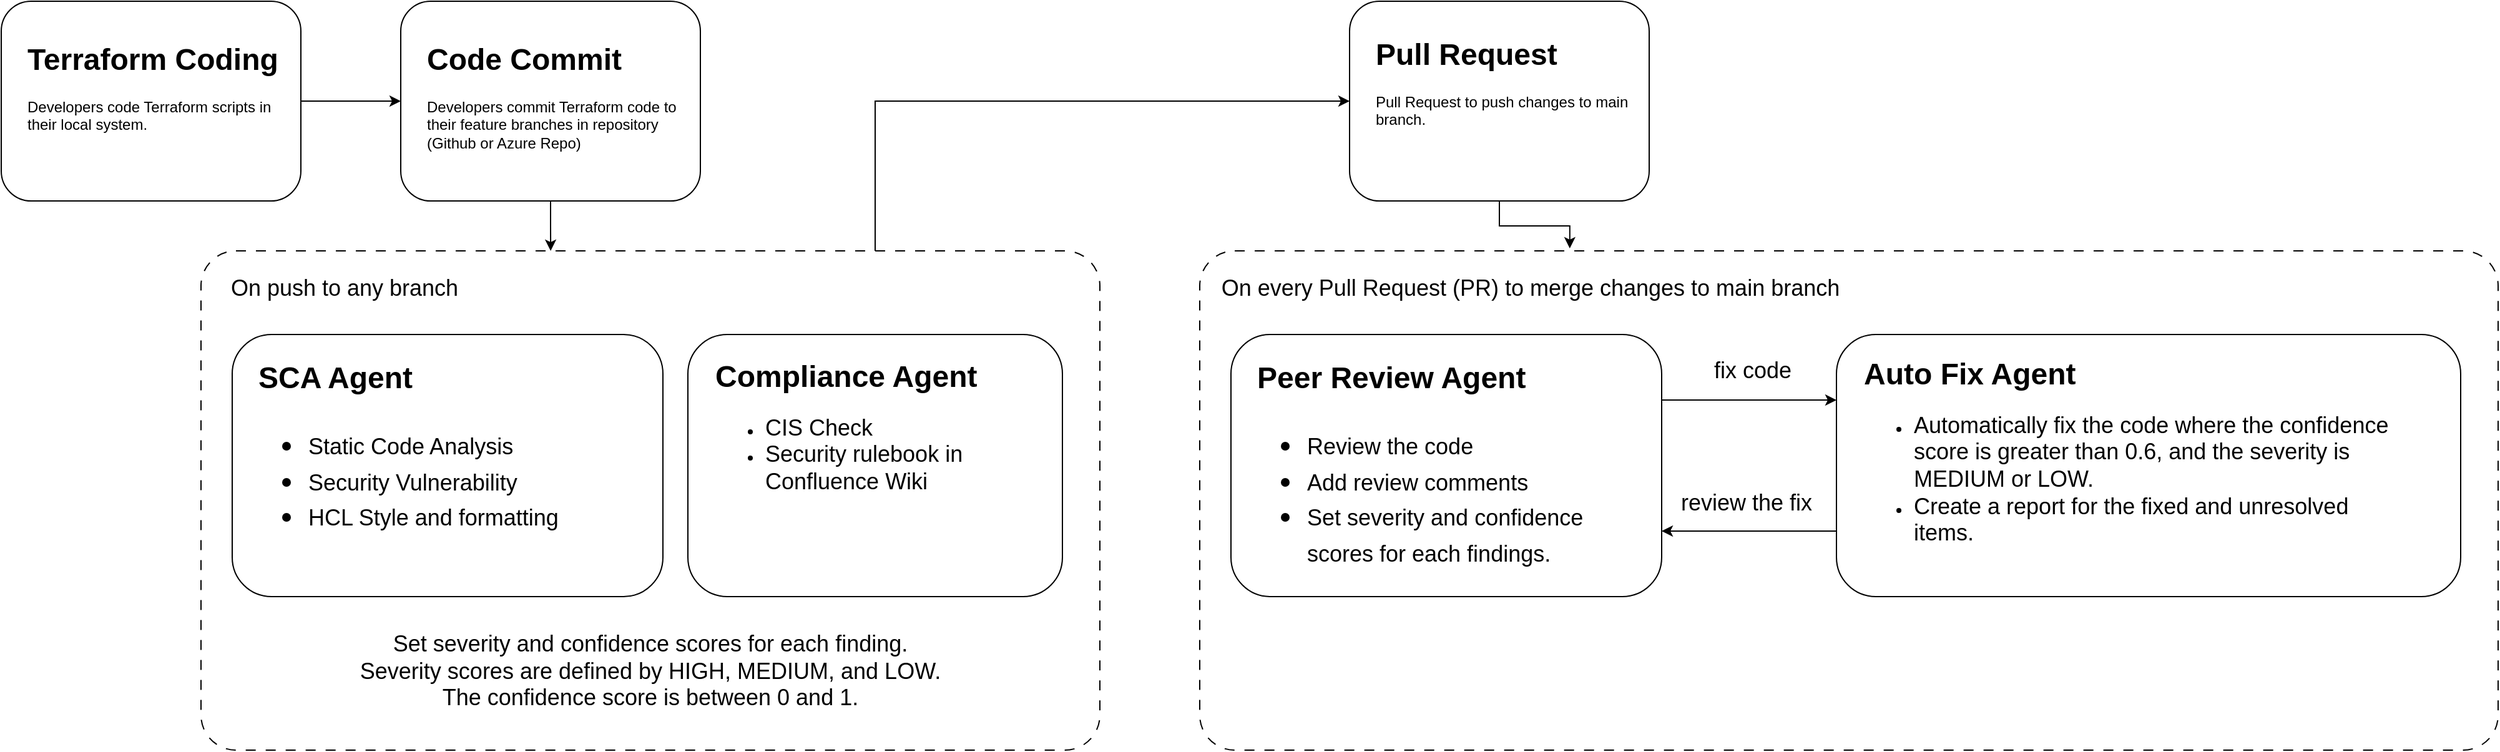
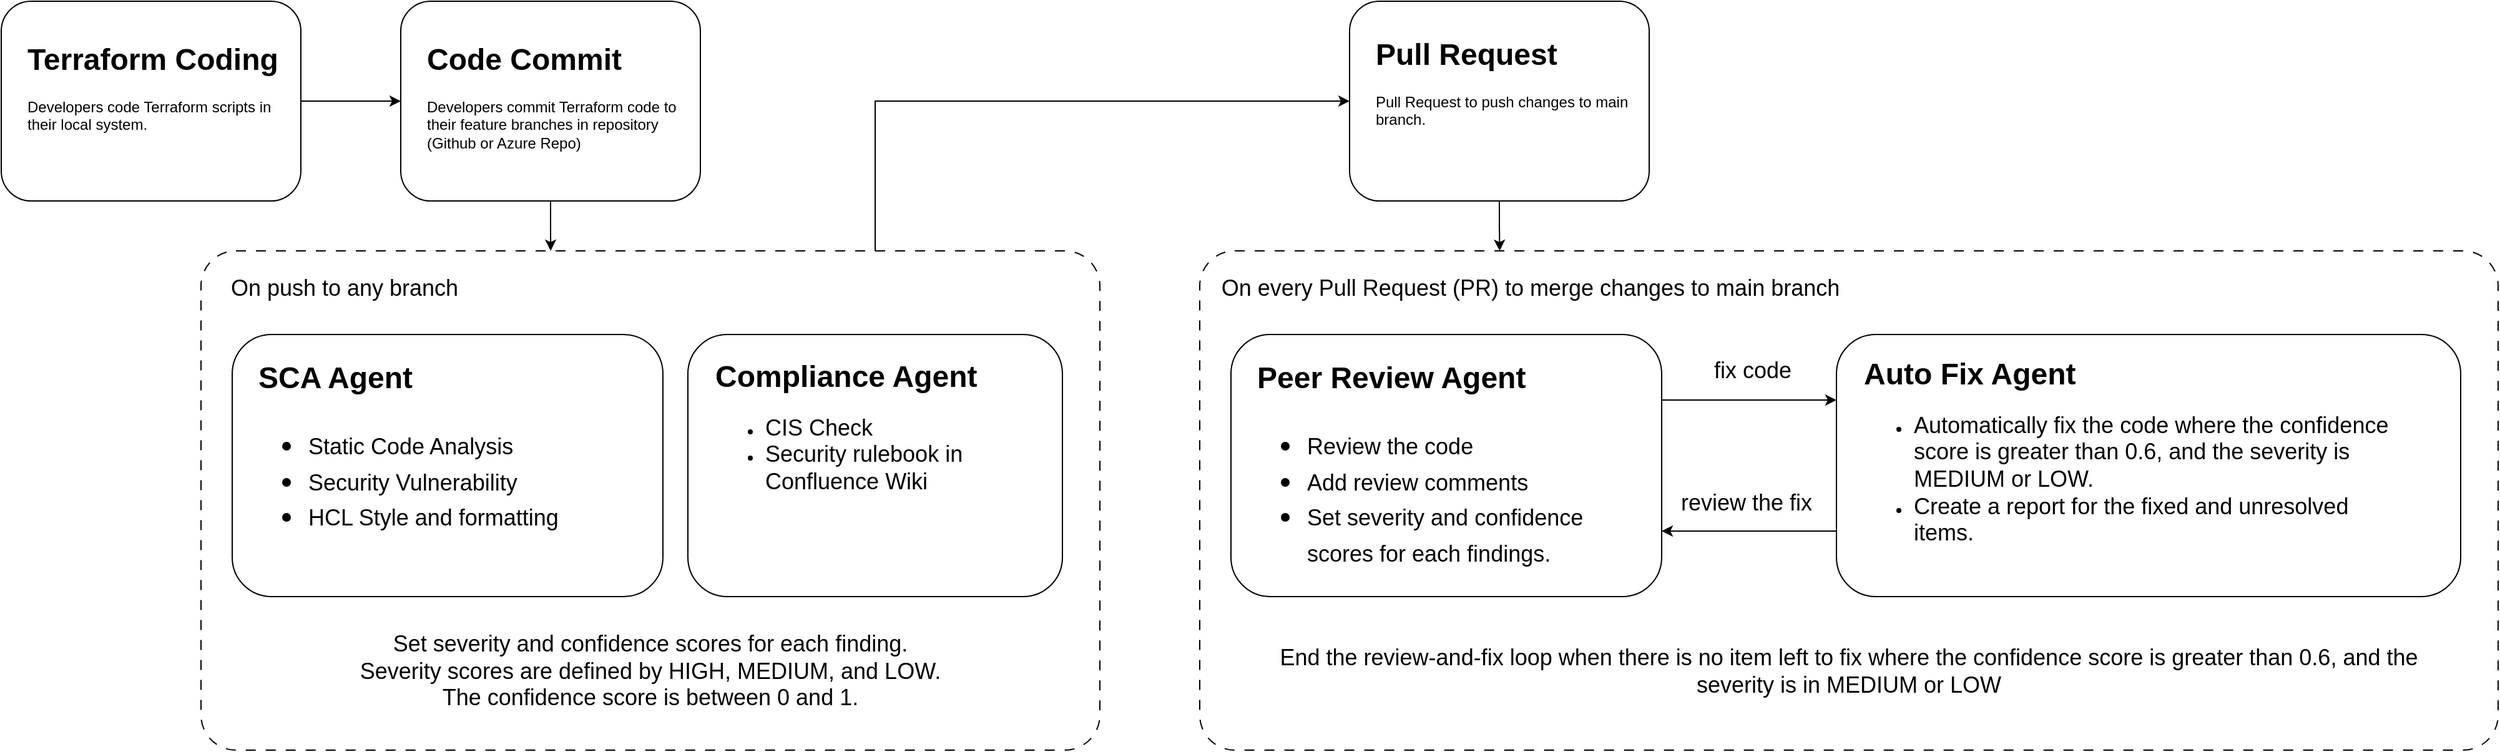
<mxfile host="app.diagrams.net">
  <diagram name="Page-1" id="llQ14HlxIDWXj9B5HY60">
    <mxGraphModel dx="1006" dy="638" grid="1" gridSize="10" guides="1" tooltips="1" connect="1" arrows="1" fold="1" page="1" pageScale="1" pageWidth="850" pageHeight="1100" math="0" shadow="0">
      <root>
        <mxCell id="0" />
        <mxCell id="1" parent="0" />
        <mxCell id="IWc9zJM8tDhvkjJ2dRjy-13" edge="1" parent="1" source="IWc9zJM8tDhvkjJ2dRjy-5" style="edgeStyle=orthogonalEdgeStyle;rounded=0;orthogonalLoop=1;jettySize=auto;html=1;entryX=0;entryY=0.5;entryDx=0;entryDy=0;exitX=0.75;exitY=0;exitDx=0;exitDy=0;" target="IWc9zJM8tDhvkjJ2dRjy-1">
          <mxGeometry relative="1" as="geometry" />
        </mxCell>
        <mxCell id="oJW8UGhNAXkty13G2p3x-1" parent="1" style="rounded=1;whiteSpace=wrap;html=1;" value="" vertex="1">
          <mxGeometry height="160" width="240" x="440" y="200" as="geometry" />
        </mxCell>
        <mxCell id="oJW8UGhNAXkty13G2p3x-3" parent="1" style="text;html=1;whiteSpace=wrap;overflow=hidden;rounded=0;" value="&lt;h1 style=&quot;margin-top: 0px;&quot;&gt;Code Commit&lt;/h1&gt;&lt;p&gt;Developers commit Terraform code to their feature branches in repository (Github or Azure Repo)&lt;/p&gt;" vertex="1">
          <mxGeometry height="100" width="210" x="459" y="226" as="geometry" />
        </mxCell>
        <mxCell id="IWc9zJM8tDhvkjJ2dRjy-1" parent="1" style="rounded=1;whiteSpace=wrap;html=1;" value="" vertex="1">
          <mxGeometry height="160" width="240" x="1200" y="200" as="geometry" />
        </mxCell>
        <mxCell id="IWc9zJM8tDhvkjJ2dRjy-2" parent="1" style="text;html=1;whiteSpace=wrap;overflow=hidden;rounded=0;" value="&lt;h1 style=&quot;margin-top: 0px;&quot;&gt;Pull Request&lt;/h1&gt;&lt;p&gt;Pull Request to push changes to main branch.&lt;/p&gt;" vertex="1">
          <mxGeometry height="100" width="210" x="1219" y="222" as="geometry" />
        </mxCell>
        <mxCell id="IWc9zJM8tDhvkjJ2dRjy-12" edge="1" parent="1" source="IWc9zJM8tDhvkjJ2dRjy-3" style="edgeStyle=orthogonalEdgeStyle;rounded=0;orthogonalLoop=1;jettySize=auto;html=1;exitX=1;exitY=0.5;exitDx=0;exitDy=0;entryX=0;entryY=0.5;entryDx=0;entryDy=0;" target="oJW8UGhNAXkty13G2p3x-1">
          <mxGeometry relative="1" as="geometry" />
        </mxCell>
        <mxCell id="IWc9zJM8tDhvkjJ2dRjy-3" parent="1" style="rounded=1;whiteSpace=wrap;html=1;" value="" vertex="1">
          <mxGeometry height="160" width="240" x="120" y="200" as="geometry" />
        </mxCell>
        <mxCell id="IWc9zJM8tDhvkjJ2dRjy-4" parent="1" style="text;html=1;whiteSpace=wrap;overflow=hidden;rounded=0;" value="&lt;h1 style=&quot;margin-top: 0px;&quot;&gt;Terraform Coding&lt;/h1&gt;&lt;p&gt;Developers code Terraform scripts in their local system.&lt;/p&gt;" vertex="1">
          <mxGeometry height="100" width="210" x="139" y="226" as="geometry" />
        </mxCell>
        <mxCell id="IWc9zJM8tDhvkjJ2dRjy-5" parent="1" style="rounded=1;whiteSpace=wrap;html=1;arcSize=7;dashed=1;dashPattern=8 8;" value="" vertex="1">
          <mxGeometry height="400" width="720" x="280" y="400" as="geometry" />
        </mxCell>
        <mxCell id="IWc9zJM8tDhvkjJ2dRjy-6" parent="1" style="text;html=1;whiteSpace=wrap;strokeColor=none;fillColor=none;align=center;verticalAlign=middle;rounded=0;" value="&lt;font style=&quot;font-size: 18px;&quot;&gt;On push to any branch&lt;/font&gt;" vertex="1">
          <mxGeometry height="30" width="210" x="290" y="415" as="geometry" />
        </mxCell>
        <mxCell id="IWc9zJM8tDhvkjJ2dRjy-7" parent="1" style="rounded=1;whiteSpace=wrap;html=1;" value="" vertex="1">
          <mxGeometry height="210" width="345" x="305" y="467" as="geometry" />
        </mxCell>
        <mxCell id="IWc9zJM8tDhvkjJ2dRjy-8" parent="1" style="text;html=1;whiteSpace=wrap;overflow=hidden;rounded=0;" value="&lt;h1 style=&quot;margin-top: 0px;&quot;&gt;SCA Agent&lt;/h1&gt;&lt;h1 style=&quot;margin-top: 0px;&quot;&gt;&lt;p style=&quot;font-size: 12px; font-weight: 400;&quot;&gt;&lt;/p&gt;&lt;ul&gt;&lt;li&gt;&lt;span style=&quot;font-size: 18px; font-weight: normal;&quot;&gt;Static Code Analysis&lt;/span&gt;&lt;/li&gt;&lt;li&gt;&lt;span style=&quot;font-size: 18px; font-weight: normal;&quot;&gt;Security Vulnerability&lt;/span&gt;&lt;/li&gt;&lt;li&gt;&lt;span style=&quot;font-size: 18px; font-weight: normal;&quot;&gt;HCL Style and formatting&lt;/span&gt;&lt;/li&gt;&lt;/ul&gt;&lt;p&gt;&lt;/p&gt;&lt;/h1&gt;" vertex="1">
          <mxGeometry height="183" width="306" x="324" y="481" as="geometry" />
        </mxCell>
        <mxCell id="IWc9zJM8tDhvkjJ2dRjy-9" parent="1" style="rounded=1;whiteSpace=wrap;html=1;" value="" vertex="1">
          <mxGeometry height="210" width="300" x="670" y="467" as="geometry" />
        </mxCell>
        <mxCell id="IWc9zJM8tDhvkjJ2dRjy-10" parent="1" style="text;html=1;whiteSpace=wrap;overflow=hidden;rounded=0;" value="&lt;h1 style=&quot;margin-top: 0px;&quot;&gt;Compliance Agent&lt;/h1&gt;&lt;p&gt;&lt;/p&gt;&lt;ul&gt;&lt;li&gt;&lt;span style=&quot;font-size: 18px;&quot;&gt;CIS Check&lt;/span&gt;&lt;/li&gt;&lt;li&gt;&lt;span style=&quot;font-size: 18px;&quot;&gt;Security rulebook in Confluence Wiki&lt;/span&gt;&lt;/li&gt;&lt;/ul&gt;&lt;p&gt;&lt;/p&gt;" vertex="1">
          <mxGeometry height="180" width="269" x="690" y="480" as="geometry" />
        </mxCell>
        <mxCell id="IWc9zJM8tDhvkjJ2dRjy-11" edge="1" parent="1" source="oJW8UGhNAXkty13G2p3x-1" style="edgeStyle=orthogonalEdgeStyle;rounded=0;orthogonalLoop=1;jettySize=auto;html=1;exitX=0.5;exitY=1;exitDx=0;exitDy=0;entryX=0.389;entryY=0;entryDx=0;entryDy=0;entryPerimeter=0;" target="IWc9zJM8tDhvkjJ2dRjy-5">
          <mxGeometry relative="1" as="geometry" />
        </mxCell>
        <mxCell id="IWc9zJM8tDhvkjJ2dRjy-14" parent="1" style="rounded=1;whiteSpace=wrap;html=1;arcSize=7;dashed=1;dashPattern=8 8;" value="" vertex="1">
          <mxGeometry height="400" width="1040" x="1080" y="400" as="geometry" />
        </mxCell>
        <mxCell id="IWc9zJM8tDhvkjJ2dRjy-15" parent="1" style="text;html=1;whiteSpace=wrap;strokeColor=none;fillColor=none;align=center;verticalAlign=middle;rounded=0;" value="&lt;font style=&quot;font-size: 18px;&quot;&gt;On every Pull Request (PR) to merge changes to main branch&lt;/font&gt;" vertex="1">
          <mxGeometry height="30" width="510" x="1090" y="415" as="geometry" />
        </mxCell>
        <mxCell id="IWc9zJM8tDhvkjJ2dRjy-22" edge="1" parent="1" source="IWc9zJM8tDhvkjJ2dRjy-16" style="edgeStyle=orthogonalEdgeStyle;rounded=0;orthogonalLoop=1;jettySize=auto;html=1;exitX=1;exitY=0.25;exitDx=0;exitDy=0;entryX=0;entryY=0.25;entryDx=0;entryDy=0;" target="IWc9zJM8tDhvkjJ2dRjy-18">
          <mxGeometry relative="1" as="geometry" />
        </mxCell>
        <mxCell id="IWc9zJM8tDhvkjJ2dRjy-16" parent="1" style="rounded=1;whiteSpace=wrap;html=1;" value="" vertex="1">
          <mxGeometry height="210" width="345" x="1105" y="467" as="geometry" />
        </mxCell>
        <mxCell id="IWc9zJM8tDhvkjJ2dRjy-17" parent="1" style="text;html=1;whiteSpace=wrap;overflow=hidden;rounded=0;" value="&lt;h1 style=&quot;margin-top: 0px;&quot;&gt;Peer Review Agent&lt;/h1&gt;&lt;h1 style=&quot;margin-top: 0px;&quot;&gt;&lt;p style=&quot;font-size: 12px; font-weight: 400;&quot;&gt;&lt;/p&gt;&lt;ul&gt;&lt;li&gt;&lt;span style=&quot;font-size: 18px; font-weight: 400;&quot;&gt;Review the code&lt;/span&gt;&lt;/li&gt;&lt;li&gt;&lt;span style=&quot;font-size: 18px; font-weight: 400;&quot;&gt;Add review comments&lt;/span&gt;&lt;/li&gt;&lt;li&gt;&lt;span style=&quot;font-size: 18px; font-weight: 400;&quot;&gt;Set severity and confidence scores for each findings.&lt;/span&gt;&lt;/li&gt;&lt;/ul&gt;&lt;p&gt;&lt;/p&gt;&lt;/h1&gt;" vertex="1">
          <mxGeometry height="179" width="306" x="1124" y="481" as="geometry" />
        </mxCell>
        <mxCell id="IWc9zJM8tDhvkjJ2dRjy-23" edge="1" parent="1" source="IWc9zJM8tDhvkjJ2dRjy-18" style="edgeStyle=orthogonalEdgeStyle;rounded=0;orthogonalLoop=1;jettySize=auto;html=1;exitX=0;exitY=0.75;exitDx=0;exitDy=0;entryX=1;entryY=0.75;entryDx=0;entryDy=0;" target="IWc9zJM8tDhvkjJ2dRjy-16">
          <mxGeometry relative="1" as="geometry" />
        </mxCell>
        <mxCell id="IWc9zJM8tDhvkjJ2dRjy-18" parent="1" style="rounded=1;whiteSpace=wrap;html=1;" value="" vertex="1">
          <mxGeometry height="210" width="500" x="1590" y="467" as="geometry" />
        </mxCell>
        <mxCell id="IWc9zJM8tDhvkjJ2dRjy-19" parent="1" style="text;html=1;whiteSpace=wrap;overflow=hidden;rounded=0;" value="&lt;h1 style=&quot;margin-top: 0px;&quot;&gt;Auto Fix Agent&lt;/h1&gt;&lt;p&gt;&lt;/p&gt;&lt;ul&gt;&lt;li&gt;&lt;span style=&quot;font-size: 18px;&quot;&gt;Automatically fix the code where the confidence score is greater than 0.6, and the severity is MEDIUM or LOW.&amp;nbsp;&lt;/span&gt;&lt;/li&gt;&lt;li&gt;&lt;span style=&quot;font-size: 18px;&quot;&gt;Create a report for the fixed and unresolved items.&lt;/span&gt;&lt;/li&gt;&lt;/ul&gt;&lt;p&gt;&lt;/p&gt;" vertex="1">
          <mxGeometry height="192" width="440" x="1610" y="478" as="geometry" />
        </mxCell>
        <mxCell id="IWc9zJM8tDhvkjJ2dRjy-20" parent="1" style="text;whiteSpace=wrap;fontSize=18;align=center;" value="Set severity and confidence scores for each finding.&#xa;Severity scores are defined by HIGH, MEDIUM, and LOW.&#xa;The confidence score is between 0 and 1." vertex="1">
          <mxGeometry height="77" width="640" x="320" y="698" as="geometry" />
        </mxCell>
-         <mxCell id="IWc9zJM8tDhvkjJ2dRjy-21" edge="1" parent="1" source="IWc9zJM8tDhvkjJ2dRjy-1" style="edgeStyle=orthogonalEdgeStyle;rounded=0;orthogonalLoop=1;jettySize=auto;html=1;exitX=0.5;exitY=1;exitDx=0;exitDy=0;entryX=0.285;entryY=-0.005;entryDx=0;entryDy=0;entryPerimeter=0;" target="IWc9zJM8tDhvkjJ2dRjy-14">
+         <mxCell id="IWc9zJM8tDhvkjJ2dRjy-21" edge="1" parent="1" source="IWc9zJM8tDhvkjJ2dRjy-1" style="edgeStyle=orthogonalEdgeStyle;rounded=0;orthogonalLoop=1;jettySize=auto;html=1;exitX=0.5;exitY=1;exitDx=0;exitDy=0;entryX=0.231;entryY=0;entryDx=0;entryDy=0;entryPerimeter=0;" target="IWc9zJM8tDhvkjJ2dRjy-14">
          <mxGeometry relative="1" as="geometry" />
        </mxCell>
        <mxCell id="IWc9zJM8tDhvkjJ2dRjy-24" parent="1" style="text;html=1;whiteSpace=wrap;strokeColor=none;fillColor=none;align=center;verticalAlign=middle;rounded=0;" value="&lt;font style=&quot;font-size: 18px;&quot;&gt;fix code&lt;/font&gt;" vertex="1">
          <mxGeometry height="30" width="82" x="1482" y="481" as="geometry" />
        </mxCell>
        <mxCell id="IWc9zJM8tDhvkjJ2dRjy-25" parent="1" style="text;html=1;whiteSpace=wrap;strokeColor=none;fillColor=none;align=center;verticalAlign=middle;rounded=0;" value="&lt;font style=&quot;font-size: 18px;&quot;&gt;review the fix&lt;/font&gt;" vertex="1">
          <mxGeometry height="30" width="120" x="1458" y="587" as="geometry" />
        </mxCell>
+         <mxCell id="IWc9zJM8tDhvkjJ2dRjy-26" parent="1" style="text;html=1;whiteSpace=wrap;strokeColor=none;fillColor=none;align=center;verticalAlign=middle;rounded=0;" value="&lt;font style=&quot;font-size: 18px;&quot;&gt;End the review-and-fix loop when there is no item left to fix where the confidence score is greater than 0.6, and the severity is in MEDIUM or LOW&lt;/font&gt;" vertex="1">
+           <mxGeometry height="50" width="980" x="1110" y="711.5" as="geometry" />
+         </mxCell>
      </root>
    </mxGraphModel>
  </diagram>
</mxfile>
